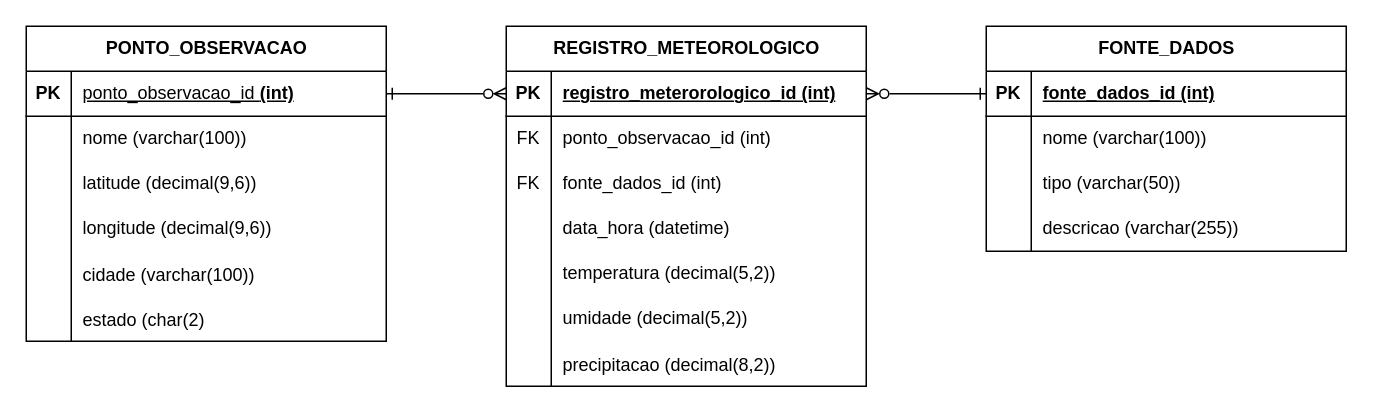
This is docs/modelo_entidade_relacionamento.drawio from NatanMauricio1995/analise_dados_meterologicos, a draw.io file, before an edit. Source tidied: cells renumbered, new cells numbered last; positions are measured from the earlier drawing's top-left corner, leaving out a move shared by most shapes. Both pictures are drawn from the tidied source at 150%, with x=0, y=0 at pixel (26, 26).
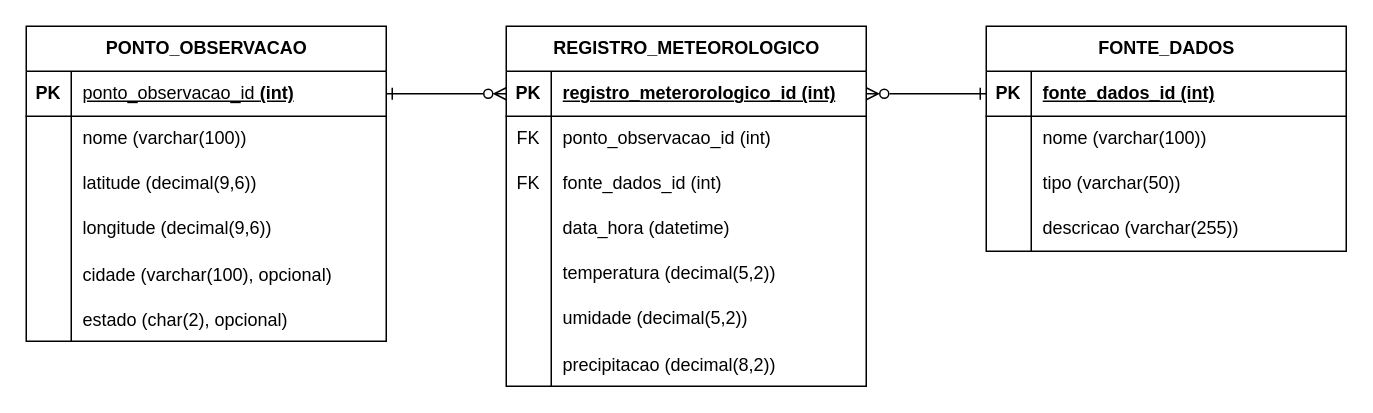
Above is the later version.

The change refers to these unchanged cells:
```xml
<mxCell id="15" style="shape=tableRow;horizontal=0;startSize=0;swimlaneHead=0;swimlaneBody=0;fillColor=none;top=0;left=0;right=0;bottom=0;" parent="2" vertex="1">
  <mxGeometry y="150" width="240" height="30" as="geometry" />
</mxCell>
<mxCell id="18" style="shape=tableRow;horizontal=0;startSize=0;swimlaneHead=0;swimlaneBody=0;fillColor=none;top=0;left=0;right=0;bottom=0;" parent="2" vertex="1">
  <mxGeometry y="180" width="240" height="30" as="geometry" />
</mxCell>
```

Diff of the diagram source:
```diff
@@
-    <mxCell id="17" value="cidade (varchar(100))" style="shape=partialRectangle;fillColor=none;top=0;left=0;bottom=0;right=0;align=left;spacingLeft=6;overflow=hidden;" parent="15" vertex="1">
+    <mxCell id="17" value="cidade (varchar(100), opcional)" style="shape=partialRectangle;fillColor=none;top=0;left=0;bottom=0;right=0;align=left;spacingLeft=6;overflow=hidden;" parent="15" vertex="1">
       <mxGeometry x="30" width="210" height="30" as="geometry" />
     </mxCell>
@@
-    <mxCell id="20" value="estado (char(2)" style="shape=partialRectangle;fillColor=none;top=0;left=0;bottom=0;right=0;align=left;spacingLeft=6;overflow=hidden;" parent="18" vertex="1">
+    <mxCell id="20" value="estado (char(2), opcional)" style="shape=partialRectangle;fillColor=none;top=0;left=0;bottom=0;right=0;align=left;spacingLeft=6;overflow=hidden;" parent="18" vertex="1">
       <mxGeometry x="30" width="210" height="30" as="geometry" />
     </mxCell>
```
